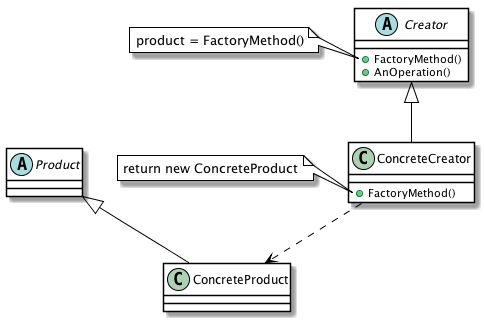
Above: docs/Diagrams/UML/DesignPatterns/FactoryMethod.png in wyrover/Switch (PlantUML), before the change.
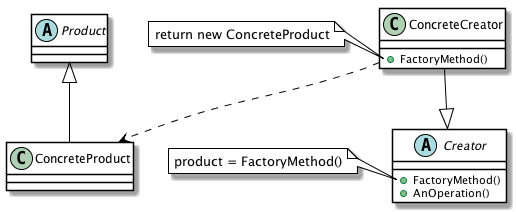
The same file after the commit.

The edit, as a diff of the source:
```diff
@@ -27,8 +27,8 @@
   return new ConcreteProduct
 end note
 
-Creator <|-- ConcreteCreator
 Product <|-- ConcreteProduct
 ConcreteCreator ..> ConcreteProduct
+ConcreteCreator --|> Creator
 
 @enduml
```
